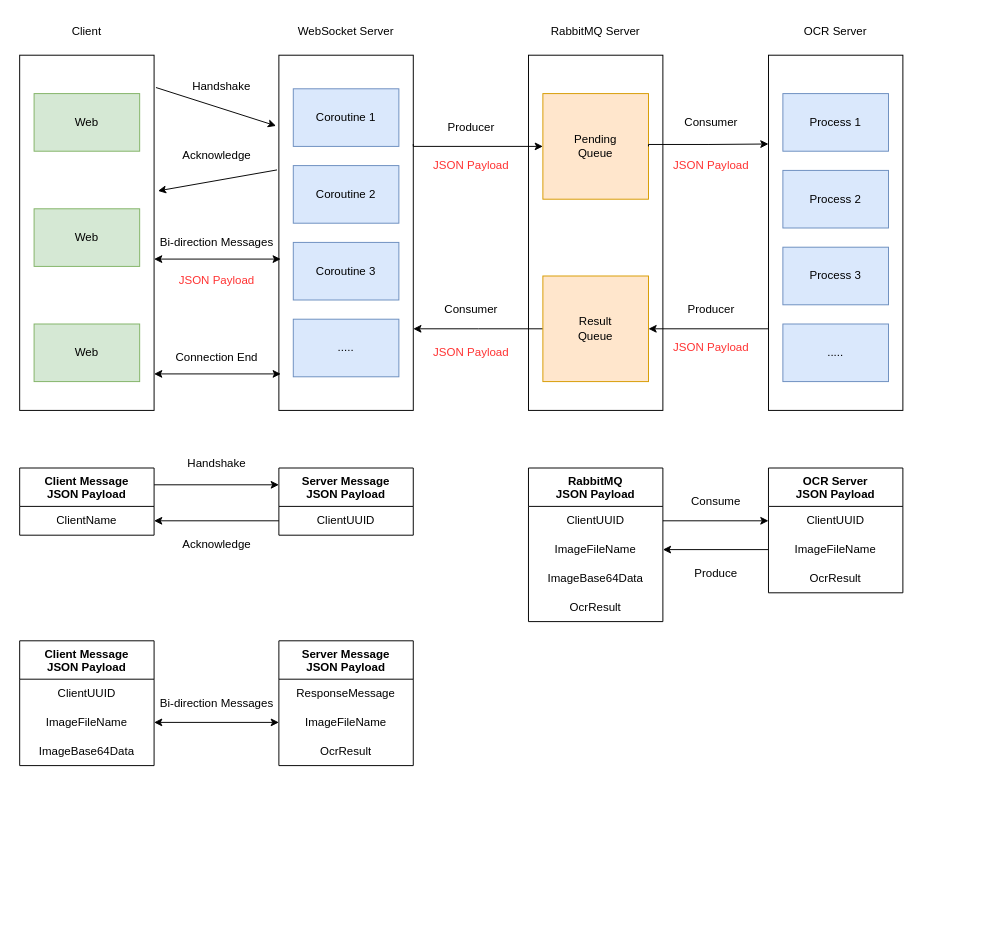
Before: System Architecture/Online_OCR.drawio in BowDer1118/Simple-OnlineOCR-System, a draw.io diagram. Source tidied: cells renumbered, new cells numbered last; positions are measured from the earlier drawing's top-left corner, leaving out a move shared by most shapes. Both pictures are drawn from the tidied source at 96%, with x=0, y=0 at pixel (19, 16).
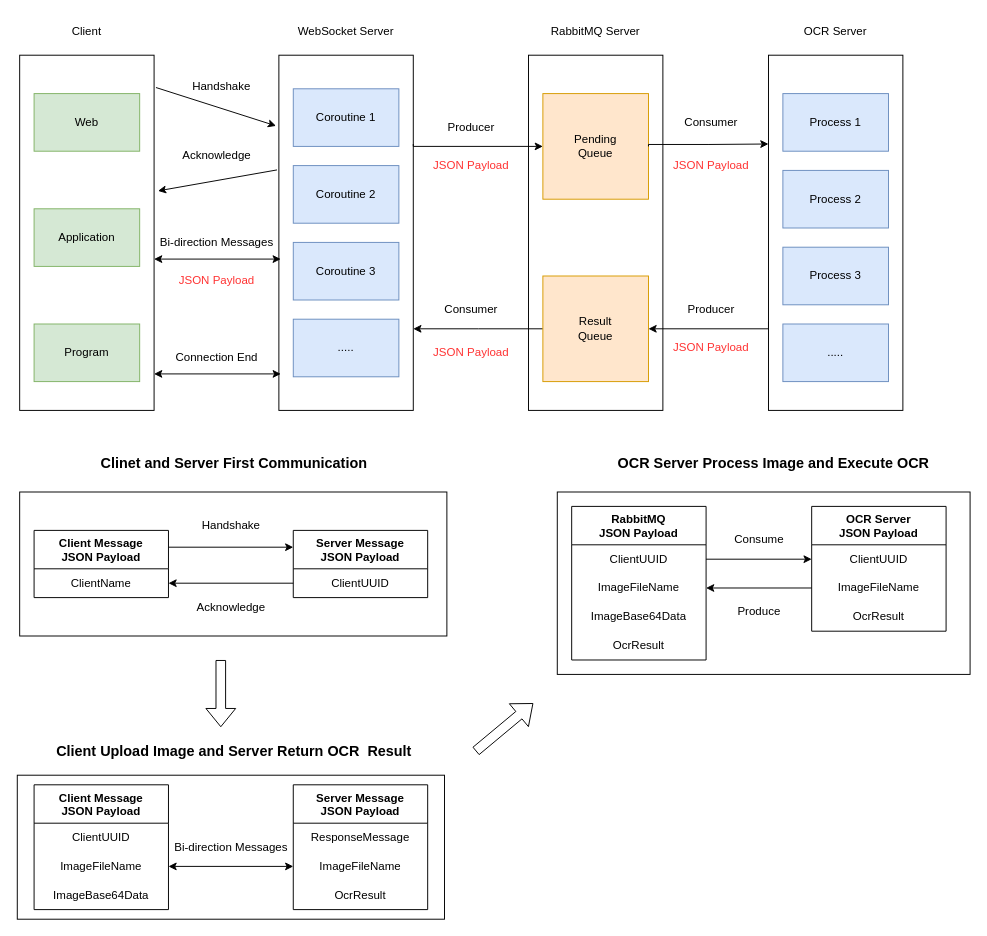
The same page after the edit.

Commit message:
Update System Architecture

Change to the diagram source:
```diff
@@
-    <mxCell id="22" value="&lt;font color=&quot;#ff3333&quot;&gt;JSON Payload&lt;/font&gt;" style="text;html=1;align=center;verticalAlign=middle;strokeColor=none;fillColor=none;" parent="1" vertex="1">
+    <mxCell id="22" value="&lt;font color=&quot;#ff3333&quot;&gt;JSON Payload&lt;br&gt;&lt;/font&gt;" style="text;html=1;align=center;verticalAlign=middle;strokeColor=none;fillColor=none;" parent="1" vertex="1">
       <mxGeometry x="420" y="140" width="100" height="30" as="geometry" />
     </mxCell>
@@
-    <mxCell id="24" value="Web" style="rounded=0;whiteSpace=wrap;html=1;fillColor=#d5e8d4;strokeColor=#82b366;" parent="1" vertex="1">
+    <mxCell id="24" value="Application" style="rounded=0;whiteSpace=wrap;html=1;fillColor=#d5e8d4;strokeColor=#82b366;" parent="1" vertex="1">
       <mxGeometry x="15" y="200" width="110" height="60" as="geometry" />
     </mxCell>
-    <mxCell id="25" value="Web" style="rounded=0;whiteSpace=wrap;html=1;fillColor=#d5e8d4;strokeColor=#82b366;" parent="1" vertex="1">
+    <mxCell id="25" value="Program" style="rounded=0;whiteSpace=wrap;html=1;fillColor=#d5e8d4;strokeColor=#82b366;" parent="1" vertex="1">
       <mxGeometry x="15" y="320" width="110" height="60" as="geometry" />
     </mxCell>
@@
     <mxCell id="29" value="Client Message&lt;br style=&quot;border-color: var(--border-color);&quot;&gt;JSON Payload" style="swimlane;fontStyle=1;align=center;verticalAlign=top;horizontal=1;startSize=40;html=1;whiteSpace=wrap;" parent="1" vertex="1">
-      <mxGeometry y="470" width="140" height="70" as="geometry" />
+      <mxGeometry x="15" y="535" width="140" height="70" as="geometry" />
     </mxCell>
@@
     <mxCell id="31" value="Server Message&lt;br style=&quot;border-color: var(--border-color);&quot;&gt;JSON Payload" style="swimlane;fontStyle=1;align=center;verticalAlign=top;horizontal=1;startSize=40;html=1;whiteSpace=wrap;" parent="1" vertex="1">
-      <mxGeometry x="270" y="470" width="140" height="70" as="geometry" />
+      <mxGeometry x="285" y="535" width="140" height="70" as="geometry" />
     </mxCell>
@@
     <mxCell id="33" value="RabbitMQ&lt;br&gt;JSON Payload" style="swimlane;fontStyle=1;align=center;verticalAlign=top;horizontal=1;startSize=40;html=1;whiteSpace=wrap;" parent="1" vertex="1">
-      <mxGeometry x="530" y="470" width="140" height="160" as="geometry" />
+      <mxGeometry x="575" y="510" width="140" height="160" as="geometry" />
     </mxCell>
@@
     <mxCell id="45" value="OCR Server&lt;br&gt;JSON Payload" style="swimlane;fontStyle=1;align=center;verticalAlign=top;horizontal=1;startSize=40;html=1;whiteSpace=wrap;" parent="1" vertex="1">
-      <mxGeometry x="780" y="470" width="140" height="130" as="geometry" />
+      <mxGeometry x="825" y="510" width="140" height="130" as="geometry" />
     </mxCell>
@@
     <mxCell id="58" value="Client Message&lt;br style=&quot;border-color: var(--border-color);&quot;&gt;JSON Payload" style="swimlane;fontStyle=1;align=center;verticalAlign=top;horizontal=1;startSize=40;html=1;whiteSpace=wrap;" parent="1" vertex="1">
-      <mxGeometry y="650" width="140" height="130" as="geometry" />
+      <mxGeometry x="15" y="800" width="140" height="130" as="geometry" />
     </mxCell>
@@
     <mxCell id="62" value="Server Message&lt;br style=&quot;border-color: var(--border-color);&quot;&gt;JSON Payload" style="swimlane;fontStyle=1;align=center;verticalAlign=top;horizontal=1;startSize=40;html=1;whiteSpace=wrap;" parent="1" vertex="1">
-      <mxGeometry x="270" y="650" width="140" height="130" as="geometry" />
+      <mxGeometry x="285" y="800" width="140" height="130" as="geometry" />
     </mxCell>
@@
     <mxCell id="67" value="Handshake" style="text;html=1;align=center;verticalAlign=middle;strokeColor=none;fillColor=none;" parent="1" vertex="1">
-      <mxGeometry x="165" y="450" width="80" height="30" as="geometry" />
+      <mxGeometry x="180" y="515" width="80" height="30" as="geometry" />
     </mxCell>
     <mxCell id="68" value="Acknowledge" style="text;html=1;align=center;verticalAlign=middle;strokeColor=none;fillColor=none;" parent="1" vertex="1">
-      <mxGeometry x="160" y="535" width="90" height="30" as="geometry" />
+      <mxGeometry x="175" y="600" width="90" height="30" as="geometry" />
     </mxCell>
@@
     <mxCell id="70" value="Bi-direction Messages" style="text;html=1;align=center;verticalAlign=middle;strokeColor=none;fillColor=none;" parent="1" vertex="1">
-      <mxGeometry x="135" y="700" width="140" height="30" as="geometry" />
+      <mxGeometry x="150" y="850" width="140" height="30" as="geometry" />
     </mxCell>
@@
     <mxCell id="73" value="Consume" style="text;html=1;align=center;verticalAlign=middle;strokeColor=none;fillColor=none;" parent="1" vertex="1">
-      <mxGeometry x="690" y="490" width="70" height="30" as="geometry" />
+      <mxGeometry x="735" y="530" width="70" height="30" as="geometry" />
     </mxCell>
     <mxCell id="74" value="Produce" style="text;html=1;align=center;verticalAlign=middle;strokeColor=none;fillColor=none;" parent="1" vertex="1">
-      <mxGeometry x="690" y="565" width="70" height="30" as="geometry" />
+      <mxGeometry x="735" y="605" width="70" height="30" as="geometry" />
     </mxCell>
+    <mxCell id="75" style="shape=flexArrow;endArrow=classic;html=1;rounded=0;" parent="1" edge="1">
+      <mxGeometry relative="1" as="geometry">
+        <mxPoint x="209.5" y="670" as="sourcePoint" />
+        <mxPoint x="209.5" y="740" as="targetPoint" />
+      </mxGeometry>
+    </mxCell>
+    <mxCell id="76" style="shape=flexArrow;endArrow=classic;html=1;rounded=0;" parent="1" edge="1">
+      <mxGeometry relative="1" as="geometry">
+        <mxPoint x="475" y="765" as="sourcePoint" />
+        <mxPoint x="535" y="715" as="targetPoint" />
+      </mxGeometry>
+    </mxCell>
+    <mxCell id="77" style="rounded=0;whiteSpace=wrap;html=1;fillColor=none;" parent="1" vertex="1">
+      <mxGeometry y="495" width="445" height="150" as="geometry" />
+    </mxCell>
+    <mxCell id="78" style="rounded=0;whiteSpace=wrap;html=1;fillColor=none;" parent="1" vertex="1">
+      <mxGeometry x="-2.5" y="790" width="445" height="150" as="geometry" />
+    </mxCell>
+    <mxCell id="79" style="rounded=0;whiteSpace=wrap;html=1;fillColor=none;" parent="1" vertex="1">
+      <mxGeometry x="560" y="495" width="430" height="190" as="geometry" />
+    </mxCell>
+    <mxCell id="80" value="&lt;font style=&quot;font-size: 15px;&quot;&gt;&lt;b&gt;Clinet and Server First Communication&lt;/b&gt;&lt;/font&gt;" style="text;html=1;align=center;verticalAlign=middle;strokeColor=none;fillColor=none;" parent="1" vertex="1">
+      <mxGeometry x="72.5" y="450" width="300" height="30" as="geometry" />
+    </mxCell>
+    <mxCell id="81" value="&lt;font style=&quot;font-size: 15px;&quot;&gt;&lt;b&gt;Client Upload Image and Server Return OCR&amp;nbsp; Result&lt;/b&gt;&lt;/font&gt;" style="text;html=1;align=center;verticalAlign=middle;strokeColor=none;fillColor=none;" parent="1" vertex="1">
+      <mxGeometry x="27.5" y="750" width="390" height="30" as="geometry" />
+    </mxCell>
+    <mxCell id="82" value="&lt;font style=&quot;font-size: 15px;&quot;&gt;&lt;b&gt;OCR Server Process Image and Execute OCR&lt;/b&gt;&lt;/font&gt;" style="text;html=1;align=center;verticalAlign=middle;strokeColor=none;fillColor=none;" parent="1" vertex="1">
+      <mxGeometry x="610" y="450" width="350" height="30" as="geometry" />
+    </mxCell>
```
